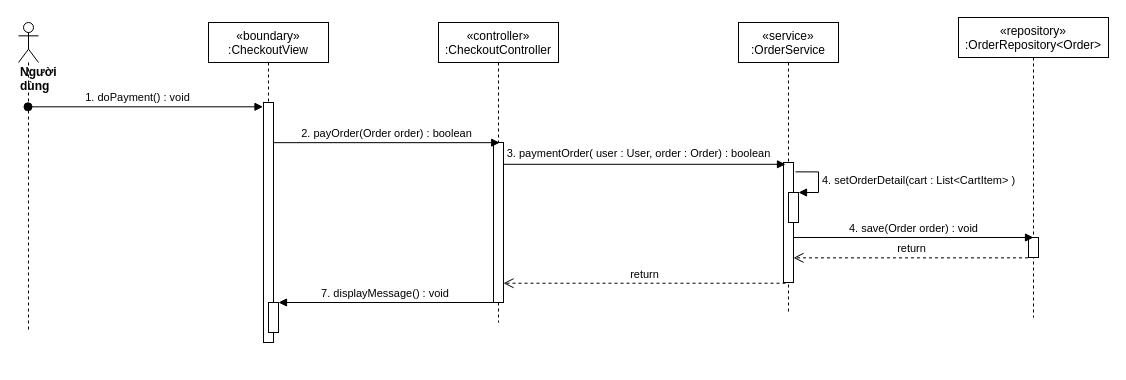
nguyenphamvan/datn_20202 keeps this draw.io diagram as sequence diagram/checkout-sequence (1).drawio. Above is the earlier version. Source tidied: cells renumbered, new cells numbered last; positions are measured from the earlier drawing's top-left corner, leaving out a move shared by most shapes. Both pictures are drawn from the tidied source at 100%, with x=0, y=0 at pixel (18, 17).
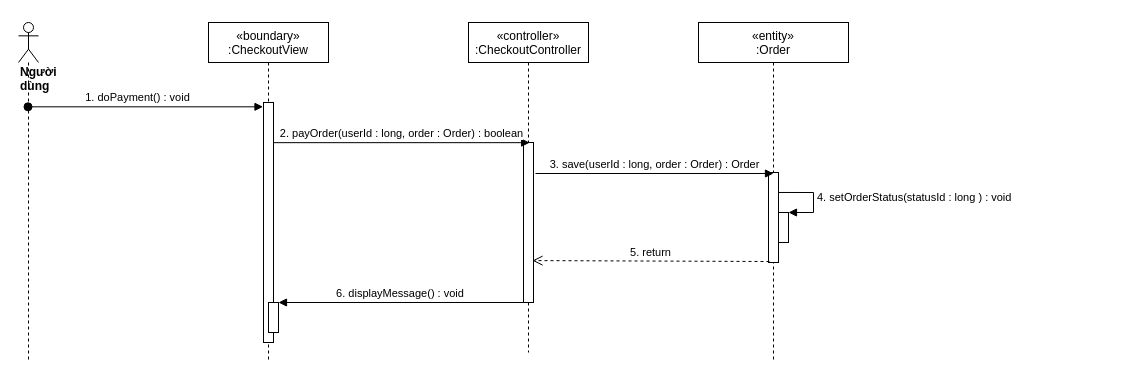
The same diagram, later.

The change refers to these unchanged cells:
```xml
<mxCell id="3" style="points=[];perimeter=orthogonalPerimeter;rounded=0;shadow=0;strokeWidth=1;" parent="2" vertex="1">
  <mxGeometry x="55" y="80" width="10" height="240" as="geometry" />
</mxCell>
<mxCell id="4" style="html=1;points=[];perimeter=orthogonalPerimeter;" parent="2" vertex="1">
  <mxGeometry x="60" y="280" width="10" height="30" as="geometry" />
</mxCell>
<mxCell id="6" style="points=[];perimeter=orthogonalPerimeter;rounded=0;shadow=0;strokeWidth=1;" parent="5" vertex="1">
  <mxGeometry x="55" y="120" width="10" height="160" as="geometry" />
</mxCell>
```

The edit, as a diff of the source:
```diff
@@
     <mxCell id="2" value="«boundary»&#10;:CheckoutView" style="shape=umlLifeline;perimeter=lifelinePerimeter;rounded=0;shadow=0;strokeWidth=1;" parent="1" vertex="1">
-      <mxGeometry x="190" y="5" width="120" height="320" as="geometry" />
+      <mxGeometry x="190" y="5" width="120" height="340" as="geometry" />
     </mxCell>
@@
     <mxCell id="5" value="«controller»&#10;:CheckoutController" style="shape=umlLifeline;perimeter=lifelinePerimeter;rounded=0;shadow=0;strokeWidth=1;" parent="1" vertex="1">
-      <mxGeometry x="420" y="5" width="120" height="300" as="geometry" />
+      <mxGeometry x="450" y="5" width="120" height="330" as="geometry" />
     </mxCell>
@@
     <mxCell id="7" value="&lt;div&gt;&lt;b&gt;Người dùng&lt;/b&gt;&lt;/div&gt;" style="shape=umlLifeline;participant=umlActor;perimeter=lifelinePerimeter;whiteSpace=wrap;html=1;verticalAlign=top;spacingTop=36;outlineConnect=0;align=left;" parent="1" vertex="1">
-      <mxGeometry y="5" width="20" height="310" as="geometry" />
+      <mxGeometry y="5" width="20" height="340" as="geometry" />
     </mxCell>
@@
-    <mxCell id="9" value="«service»&#10;:OrderService" style="shape=umlLifeline;perimeter=lifelinePerimeter;rounded=0;shadow=0;strokeWidth=1;" parent="1" vertex="1">
-      <mxGeometry x="720" y="5" width="100" height="290" as="geometry" />
-    </mxCell>
-    <mxCell id="10" style="points=[];perimeter=orthogonalPerimeter;rounded=0;shadow=0;strokeWidth=1;" parent="9" vertex="1">
-      <mxGeometry x="45" y="140" width="10" height="120" as="geometry" />
-    </mxCell>
-    <mxCell id="11" value="2. payOrder(Order order) : boolean" style="html=1;verticalAlign=bottom;endArrow=block;entryX=0.617;entryY=0.001;entryDx=0;entryDy=0;entryPerimeter=0;" parent="1" edge="1" source="3" target="6">
+    <mxCell id="11" value="2. payOrder(userId : long, order : Order) : boolean" style="html=1;verticalAlign=bottom;endArrow=block;entryX=0.617;entryY=0.001;entryDx=0;entryDy=0;entryPerimeter=0;" parent="1" edge="1" source="3" target="6">
       <mxGeometry relative="1" as="geometry" />
     </mxCell>
-    <mxCell id="12" style="html=1;verticalAlign=bottom;endArrow=block;entryX=0.2;entryY=0.015;entryDx=0;entryDy=0;entryPerimeter=0;" parent="1" edge="1" source="6" target="10">
-      <mxGeometry relative="1" as="geometry" />
-    </mxCell>
-    <mxCell id="13" value="3. paymentOrder( user : User, order : Order) : boolean" style="edgeLabel;html=1;align=center;verticalAlign=middle;" parent="12" vertex="1">
-      <mxGeometry x="-0.08" y="4" relative="1" as="geometry">
-        <mxPoint x="4" y="-7" as="offset" />
-      </mxGeometry>
-    </mxCell>
-    <mxCell id="14" value="«repository»&#10;:OrderRepository&lt;Order&gt;" style="shape=umlLifeline;perimeter=lifelinePerimeter;rounded=0;shadow=0;strokeWidth=1;" parent="1" vertex="1">
-      <mxGeometry x="940" width="150" height="300" as="geometry" />
+    <mxCell id="14" value="«entity»&#10;:Order" style="shape=umlLifeline;perimeter=lifelinePerimeter;rounded=0;shadow=0;strokeWidth=1;" parent="1" vertex="1">
+      <mxGeometry x="680" y="5" width="150" height="340" as="geometry" />
     </mxCell>
     <mxCell id="15" style="points=[];perimeter=orthogonalPerimeter;rounded=0;shadow=0;strokeWidth=1;" parent="14" vertex="1">
-      <mxGeometry x="70" y="220" width="10" height="20" as="geometry" />
+      <mxGeometry x="70" y="150" width="10" height="90" as="geometry" />
     </mxCell>
-    <mxCell id="16" value="return" style="html=1;verticalAlign=bottom;endArrow=open;dashed=1;endSize=8;exitX=0.2;exitY=1.006;exitDx=0;exitDy=0;exitPerimeter=0;" parent="1" edge="1" source="10" target="6">
-      <mxGeometry relative="1" as="geometry" />
-    </mxCell>
-    <mxCell id="17" value="4. save(Order order) : void" style="html=1;verticalAlign=bottom;endArrow=block;entryX=0.5;entryY=0;entryDx=0;entryDy=0;entryPerimeter=0;" parent="1" edge="1" source="10" target="15">
-      <mxGeometry relative="1" as="geometry" />
-    </mxCell>
-    <mxCell id="18" value="return" style="html=1;verticalAlign=bottom;endArrow=open;dashed=1;endSize=8;exitX=-0.05;exitY=1.017;exitDx=0;exitDy=0;exitPerimeter=0;" parent="1" edge="1" source="15" target="10">
-      <mxGeometry relative="1" as="geometry" />
-    </mxCell>
-    <mxCell id="19" value="7. displayMessage() : void" style="verticalAlign=bottom;endArrow=block;shadow=0;strokeWidth=1;" parent="1" edge="1" source="6" target="4">
+    <mxCell id="19" value="6. displayMessage() : void" style="verticalAlign=bottom;endArrow=block;shadow=0;strokeWidth=1;" parent="1" edge="1" source="6" target="4">
       <mxGeometry relative="1" as="geometry" />
     </mxCell>
-    <mxCell id="20" style="html=1;points=[];perimeter=orthogonalPerimeter;" parent="1" vertex="1">
-      <mxGeometry x="770" y="175" width="10" height="30" as="geometry" />
-    </mxCell>
-    <mxCell id="21" value="4. setOrderDetail(cart : List&amp;lt;CartItem&amp;gt; )" style="edgeStyle=orthogonalEdgeStyle;html=1;align=left;spacingLeft=2;endArrow=block;rounded=0;entryX=1;entryY=0;exitX=1.2;exitY=0.078;exitDx=0;exitDy=0;exitPerimeter=0;" parent="1" edge="1" source="10" target="20">
-      <mxGeometry relative="1" as="geometry">
-        <Array as="points">
-          <mxPoint x="800" y="154" />
-          <mxPoint x="800" y="175" />
-        </Array>
-      </mxGeometry>
-    </mxCell>
+    <mxCell id="22" value="3. save(userId : long, order : Order) : Order" style="html=1;verticalAlign=bottom;endArrow=block;entryX=0.5;entryY=0.011;entryDx=0;entryDy=0;entryPerimeter=0;" parent="1" edge="1" target="15">
+      <mxGeometry relative="1" as="geometry">
+        <mxPoint x="517" y="156" as="sourcePoint" />
+      </mxGeometry>
+    </mxCell>
+    <mxCell id="23" style="html=1;points=[];perimeter=orthogonalPerimeter;" parent="1" vertex="1">
+      <mxGeometry x="760" y="195" width="10" height="30" as="geometry" />
+    </mxCell>
+    <mxCell id="24" value="4. setOrderStatus(statusId : long ) : void" style="edgeStyle=orthogonalEdgeStyle;html=1;align=left;spacingLeft=2;endArrow=block;rounded=0;entryX=1;entryY=0;exitX=1;exitY=0.222;exitDx=0;exitDy=0;exitPerimeter=0;" parent="1" edge="1" source="15" target="23">
+      <mxGeometry relative="1" as="geometry">
+        <Array as="points">
+          <mxPoint x="795" y="175" />
+          <mxPoint x="795" y="195" />
+        </Array>
+      </mxGeometry>
+    </mxCell>
+    <mxCell id="25" value="5. return" style="html=1;verticalAlign=bottom;endArrow=open;dashed=1;endSize=8;exitX=0.1;exitY=0.989;exitDx=0;exitDy=0;exitPerimeter=0;entryX=0.9;entryY=0.738;entryDx=0;entryDy=0;entryPerimeter=0;" parent="1" edge="1" source="15" target="6">
+      <mxGeometry relative="1" as="geometry" />
+    </mxCell>
```
